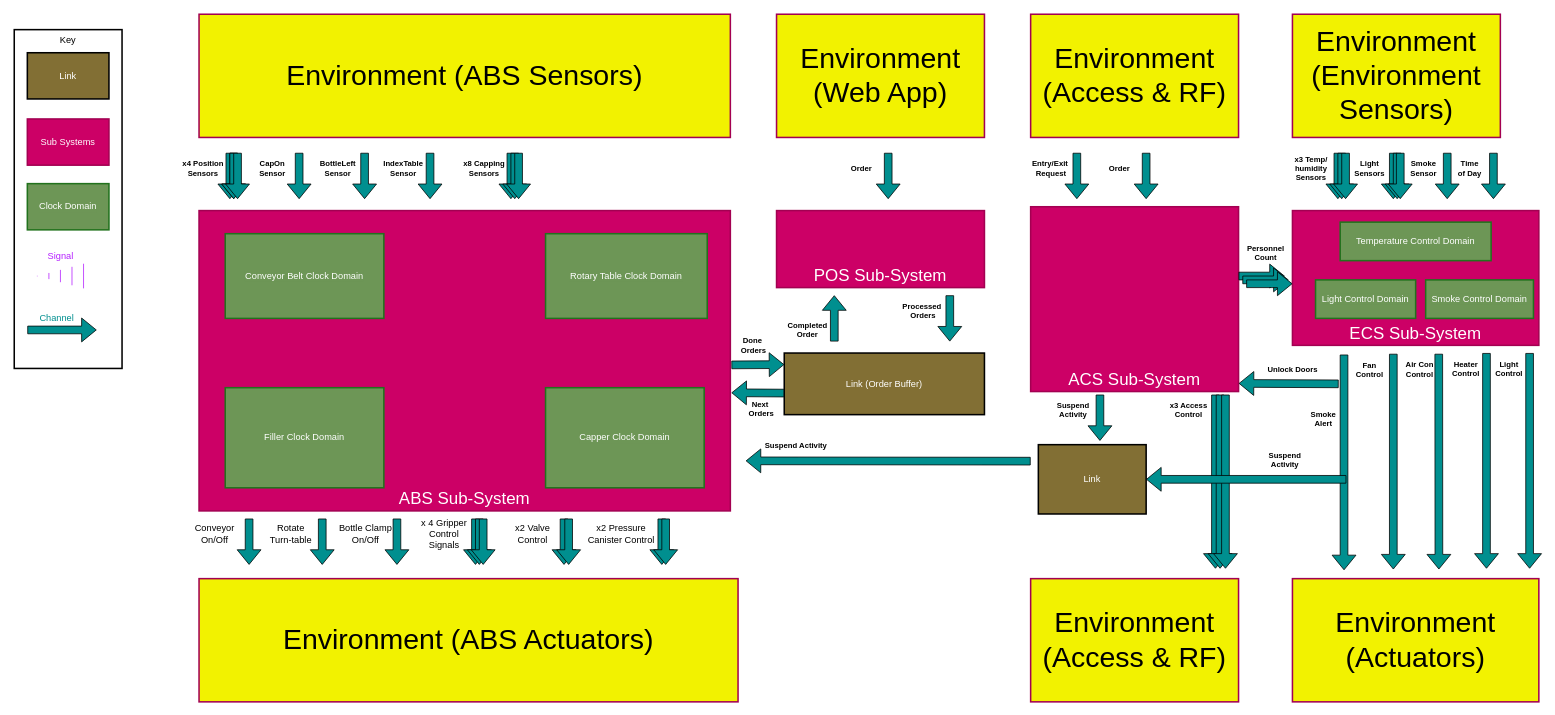
BeckBusch/CS704-Project-1 keeps this draw.io diagram as GRP/Documentation-Resources/Initial_Block_Diagram.drawio. Above is the earlier version. Source tidied: cells renumbered, new cells numbered last; positions are measured from the earlier drawing's top-left corner, leaving out a move shared by most shapes. Both pictures are drawn from the tidied source at 77%, with x=0, y=0 at pixel (14, 14).
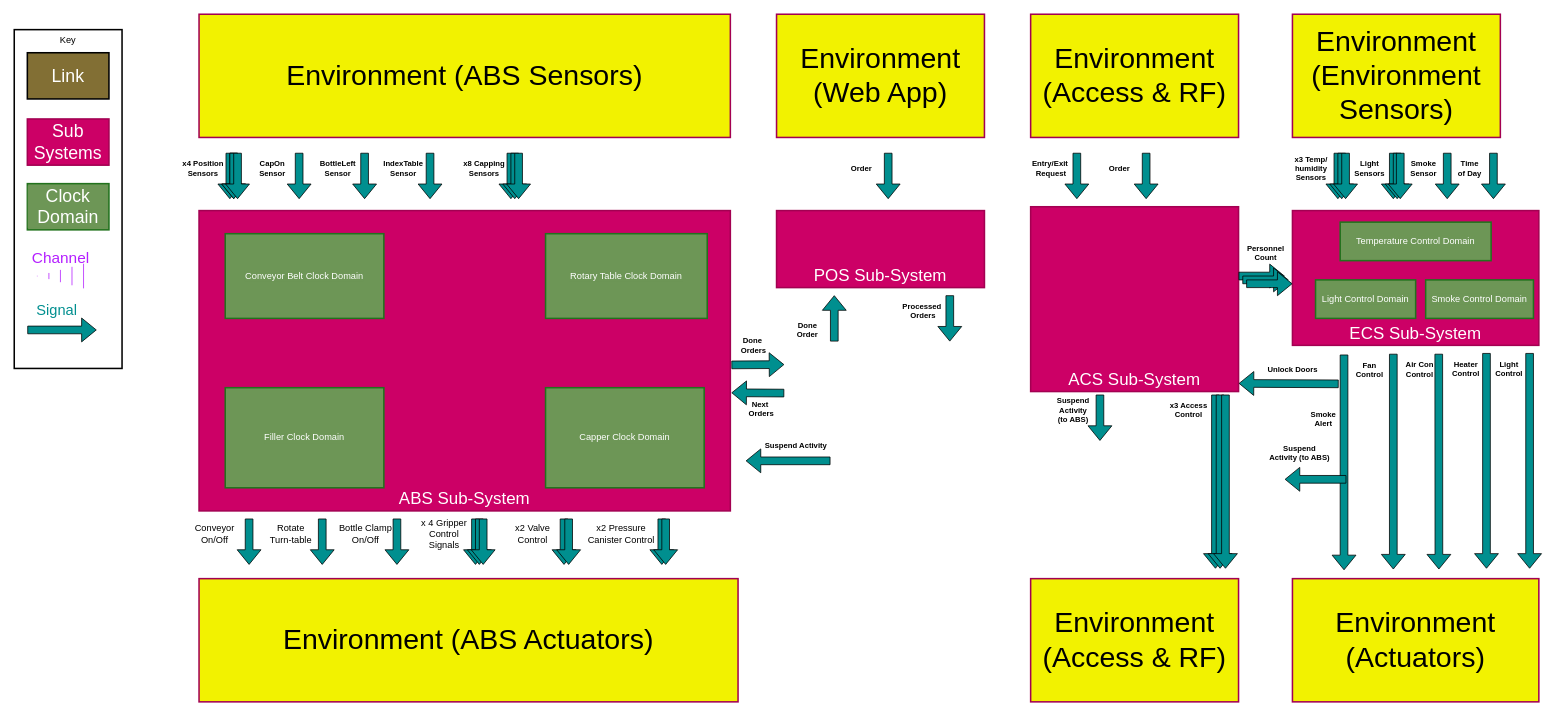
The same diagram, later.

Change to the diagram source:
```diff
@@
-    <mxCell id="4" value="Clock Domain" style="rounded=0;whiteSpace=wrap;html=1;fillColor=#6D9656;strokeWidth=2;strokeColor=#22721d;fillStyle=solid;labelBackgroundColor=#6D9656;fontColor=#ffffff;" parent="1" vertex="1">
+    <mxCell id="4" value="Clock Domain" style="rounded=0;whiteSpace=wrap;html=1;fillColor=#6D9656;strokeWidth=2;strokeColor=#22721d;fillStyle=solid;labelBackgroundColor=#6D9656;fontColor=#ffffff;fontSize=23;" parent="1" vertex="1">
       <mxGeometry x="17" y="220" width="106" height="60" as="geometry" />
     </mxCell>
     <mxCell id="5" style="group;" parent="1" vertex="1">
-      <mxGeometry x="30" y="300" width="60" height="40" as="geometry" />
+      <mxGeometry x="30" y="300" width="80" height="40" as="geometry" />
     </mxCell>
@@
-    <mxCell id="7" value="Signal" style="text;html=1;align=center;verticalAlign=middle;strokeColor=none;fillColor=none;fontColor=#B41FFF;" parent="5" vertex="1">
-      <mxGeometry width="60" height="30" as="geometry" />
+    <mxCell id="7" value="&lt;font style=&quot;font-size: 20px;&quot;&gt;Channel&lt;/font&gt;" style="text;html=1;align=center;verticalAlign=middle;strokeColor=none;fillColor=none;fontColor=#B41FFF;" parent="5" vertex="1">
+      <mxGeometry x="-20" y="-5" width="100" height="40" as="geometry" />
     </mxCell>
@@
-    <mxCell id="9" value="Channel&lt;br&gt;" style="text;html=1;align=center;verticalAlign=middle;strokeColor=none;fillColor=none;fontColor=#008F8F;" parent="1" vertex="1">
-      <mxGeometry x="20" y="380" width="70" height="30" as="geometry" />
+    <mxCell id="9" value="Signal" style="text;html=1;align=center;verticalAlign=middle;strokeColor=none;fillColor=none;fontColor=#008F8F;fontSize=19;" parent="1" vertex="1">
+      <mxGeometry x="15" y="365" width="80" height="40" as="geometry" />
     </mxCell>
@@
-    <mxCell id="14" value="Sub Systems" style="rounded=0;whiteSpace=wrap;html=1;fillColor=#CC0066;strokeWidth=2;strokeColor=#A30052;fillStyle=solid;labelBackgroundColor=none;fontColor=#ffffff;" parent="1" vertex="1">
+    <mxCell id="14" value="Sub Systems" style="rounded=0;whiteSpace=wrap;html=1;fillColor=#CC0066;strokeWidth=2;strokeColor=#A30052;fillStyle=solid;labelBackgroundColor=none;fontColor=#ffffff;fontSize=23;" parent="1" vertex="1">
       <mxGeometry x="17" y="136" width="106" height="60" as="geometry" />
     </mxCell>
@@
-    <mxCell id="18" value="Link" style="rounded=0;whiteSpace=wrap;html=1;fillColor=#826F34;strokeWidth=2;strokeColor=#000000;fillStyle=solid;labelBackgroundColor=none;fontColor=#ffffff;" parent="1" vertex="1">
+    <mxCell id="18" value="Link" style="rounded=0;whiteSpace=wrap;html=1;fillColor=#826F34;strokeWidth=2;strokeColor=#000000;fillStyle=solid;labelBackgroundColor=none;fontColor=#ffffff;fontSize=23;" parent="1" vertex="1">
       <mxGeometry x="17" y="50" width="106" height="60" as="geometry" />
     </mxCell>
-    <mxCell id="19" value="Link (Order Buffer)" style="rounded=0;whiteSpace=wrap;html=1;fillColor=#826F34;strokeWidth=2;strokeColor=#000000;fillStyle=solid;labelBackgroundColor=none;fontColor=#ffffff;" parent="1" vertex="1">
-      <mxGeometry x="1000" y="440" width="260" height="80" as="geometry" />
-    </mxCell>
-    <mxCell id="20" value="Link" style="rounded=0;whiteSpace=wrap;html=1;fillColor=#826F34;strokeWidth=2;strokeColor=#000000;fillStyle=solid;labelBackgroundColor=none;fontColor=#ffffff;" parent="1" vertex="1">
-      <mxGeometry x="1330" y="559" width="140" height="90" as="geometry" />
-    </mxCell>
@@
-    <mxCell id="60" value="Completed &lt;br&gt;Order" style="text;html=1;align=center;verticalAlign=middle;strokeColor=none;fillColor=none;fontSize=10;fontStyle=1;" parent="1" vertex="1">
-      <mxGeometry x="990" y="390" width="80" height="40" as="geometry" />
+    <mxCell id="60" value="Done&lt;br&gt;Order" style="text;html=1;align=center;verticalAlign=middle;strokeColor=none;fillColor=none;fontSize=10;fontStyle=1;" parent="1" vertex="1">
+      <mxGeometry x="1005" y="390" width="50" height="40" as="geometry" />
     </mxCell>
@@
-    <mxCell id="86" style="shape=flexArrow;endArrow=classic;html=1;rounded=0;fillColor=#008F8F;exitX=0;exitY=0.5;exitDx=0;exitDy=0;" parent="1" edge="1">
+    <mxCell id="86" style="shape=flexArrow;endArrow=classic;html=1;rounded=0;fillColor=#008F8F;" parent="1" edge="1">
       <mxGeometry relative="1" as="geometry">
-        <mxPoint x="1320" y="580.4" as="sourcePoint" />
+        <mxPoint x="1060" y="580" as="sourcePoint" />
         <mxPoint x="950" y="580" as="targetPoint" />
       </mxGeometry>
     </mxCell>
@@
-    <mxCell id="88" value="Suspend &lt;br&gt;Activity" style="text;html=1;align=center;verticalAlign=middle;strokeColor=none;fillColor=none;fontSize=10;fontStyle=1;" parent="1" vertex="1">
-      <mxGeometry x="1340" y="494" width="70" height="40" as="geometry" />
+    <mxCell id="88" value="Suspend &lt;br&gt;Activity&lt;br&gt;(to ABS)" style="text;html=1;align=center;verticalAlign=middle;strokeColor=none;fillColor=none;fontSize=10;fontStyle=1;" parent="1" vertex="1">
+      <mxGeometry x="1340" y="489" width="70" height="50" as="geometry" />
     </mxCell>
@@
-    <mxCell id="109" style="shape=flexArrow;endArrow=classic;html=1;rounded=0;fillColor=#008F8F;entryX=1;entryY=0.5;entryDx=0;entryDy=0;" parent="1" edge="1" target="20">
+    <mxCell id="109" style="shape=flexArrow;endArrow=classic;html=1;rounded=0;fillColor=#008F8F;" parent="1" edge="1">
       <mxGeometry relative="1" as="geometry">
         <mxPoint x="1730" y="604" as="sourcePoint" />
+        <mxPoint x="1650" y="604" as="targetPoint" />
       </mxGeometry>
     </mxCell>
-    <mxCell id="110" value="&lt;div&gt;Suspend&lt;/div&gt;&lt;div&gt;Activity&lt;br&gt;&lt;/div&gt;" style="text;html=1;align=center;verticalAlign=middle;strokeColor=none;fillColor=none;fontSize=10;fontStyle=1;" parent="1" vertex="1">
-      <mxGeometry x="1615" y="559" width="70" height="40" as="geometry" />
+    <mxCell id="110" value="&lt;div&gt;Suspend&lt;/div&gt;&lt;div&gt;Activity (to ABS)&lt;br&gt;&lt;/div&gt;" style="text;html=1;align=center;verticalAlign=middle;strokeColor=none;fillColor=none;fontSize=10;fontStyle=1;" parent="1" vertex="1">
+      <mxGeometry x="1619" y="550" width="100" height="40" as="geometry" />
     </mxCell>
```
